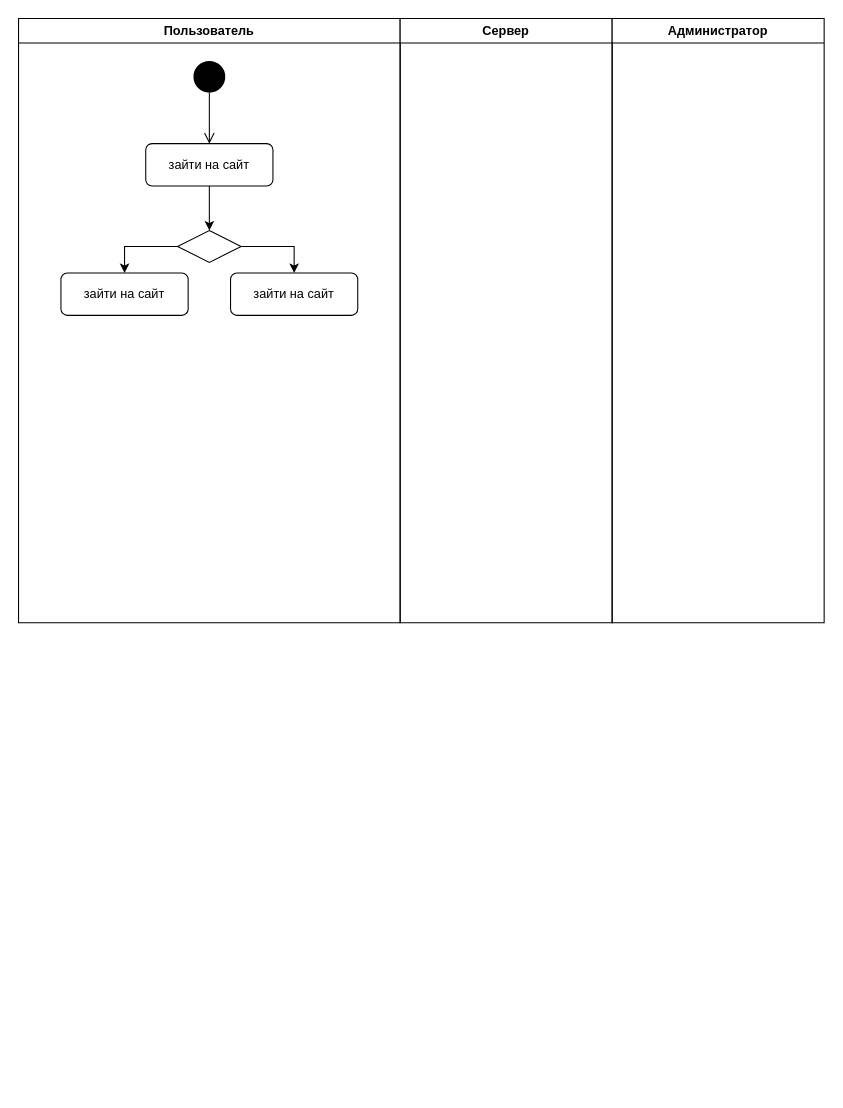
Before: activity.drawio in randomunrandom/MSS, a draw.io diagram. Source tidied: cells renumbered, new cells numbered last; positions are measured from the earlier drawing's top-left corner, leaving out a move shared by most shapes. Both pictures are drawn from the tidied source at 106%, with x=0, y=0 at pixel (18, 18).
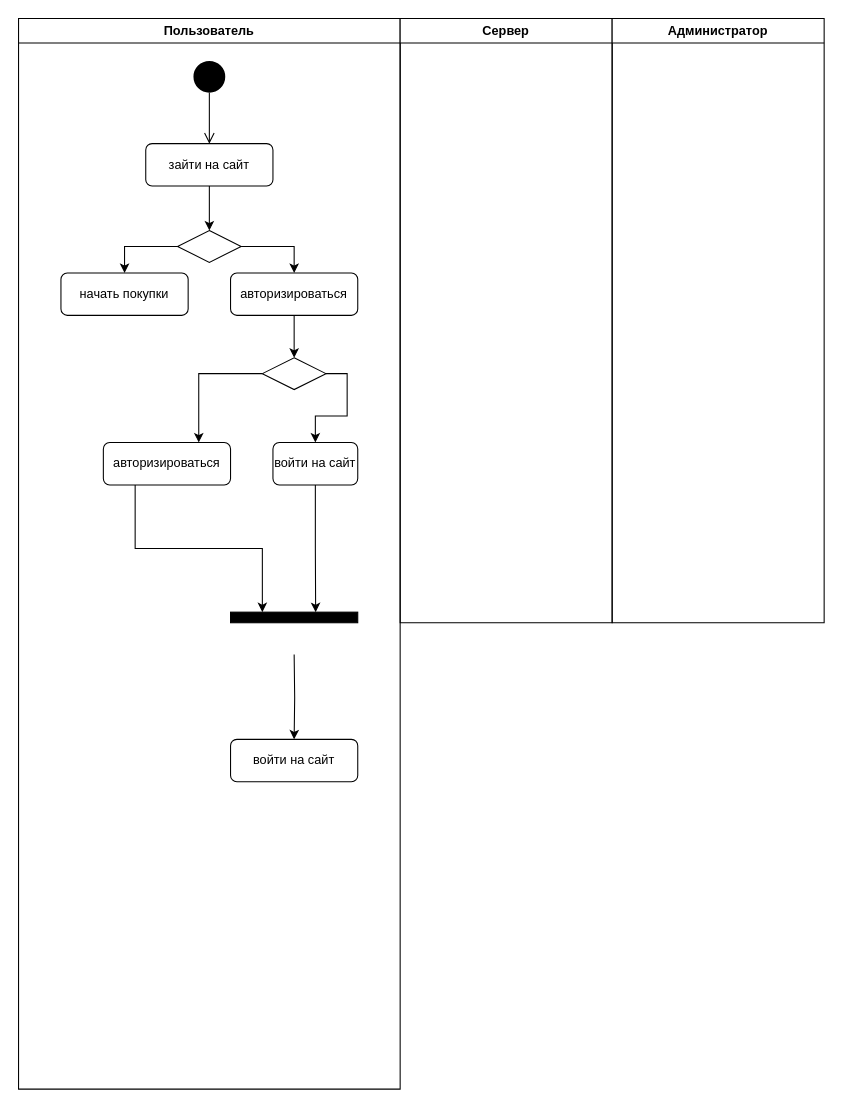
After the change.

The edit, as a diff of the source:
```diff
@@
     <mxCell id="2" value="Пользователь" style="swimlane;whiteSpace=wrap;" parent="1" vertex="1">
-      <mxGeometry width="360" height="570" as="geometry" />
+      <mxGeometry width="360" height="1010" as="geometry" />
     </mxCell>
@@
+    <mxCell id="14" style="edgeStyle=orthogonalEdgeStyle;rounded=0;jettySize=auto;html=1;strokeColor=#000000;exitX=0.5;exitY=1;exitDx=0;exitDy=0;entryX=0.5;entryY=0;entryDx=0;entryDy=0;" parent="2" edge="1" source="10" target="24">
+      <mxGeometry relative="1" as="geometry" />
+    </mxCell>
-    <mxCell id="10" value="зайти на сайт" style="rounded=1;whiteSpace=wrap;html=1;fontFamily=Helvetica;fontSize=12;fontColor=#000000;align=center;strokeColor=#000000;fillColor=#ffffff;" parent="2" vertex="1">
+    <mxCell id="10" value="авторизироваться" style="rounded=1;whiteSpace=wrap;html=1;fontFamily=Helvetica;fontSize=12;fontColor=#000000;align=center;strokeColor=#000000;fillColor=#ffffff;" parent="2" vertex="1">
       <mxGeometry x="200" y="240" width="120" height="40" as="geometry" />
     </mxCell>
+    <mxCell id="15" style="edgeStyle=orthogonalEdgeStyle;rounded=0;jettySize=auto;html=1;exitX=0.25;exitY=1;exitDx=0;exitDy=0;entryX=0;entryY=0.75;entryDx=0;entryDy=0;entryPerimeter=0;strokeColor=#000000;" parent="2" edge="1" source="16" target="21">
+      <mxGeometry relative="1" as="geometry" />
+    </mxCell>
+    <mxCell id="16" value="авторизироваться" style="rounded=1;whiteSpace=wrap;html=1;fontFamily=Helvetica;fontSize=12;fontColor=#000000;align=center;strokeColor=#000000;fillColor=#ffffff;" parent="2" vertex="1">
+      <mxGeometry x="80" y="400" width="120" height="40" as="geometry" />
+    </mxCell>
+    <mxCell id="17" style="edgeStyle=orthogonalEdgeStyle;rounded=0;jettySize=auto;html=1;exitX=0.5;exitY=1;exitDx=0;exitDy=0;entryX=0;entryY=0.331;entryDx=0;entryDy=0;entryPerimeter=0;strokeColor=#000000;" parent="2" edge="1" source="18" target="21">
+      <mxGeometry relative="1" as="geometry" />
+    </mxCell>
+    <mxCell id="18" value="войти на сайт" style="rounded=1;whiteSpace=wrap;html=1;fontFamily=Helvetica;fontSize=12;fontColor=#000000;align=center;strokeColor=#000000;fillColor=#ffffff;" parent="2" vertex="1">
+      <mxGeometry x="240" y="400" width="80" height="40" as="geometry" />
+    </mxCell>
+    <mxCell id="19" style="edgeStyle=orthogonalEdgeStyle;rounded=0;jettySize=auto;html=1;strokeColor=#000000;" parent="2" edge="1" target="20">
+      <mxGeometry relative="1" as="geometry">
+        <mxPoint x="260" y="600" as="sourcePoint" />
+      </mxGeometry>
+    </mxCell>
+    <mxCell id="20" value="войти на сайт" style="rounded=1;whiteSpace=wrap;html=1;fontFamily=Helvetica;fontSize=12;fontColor=#000000;align=center;strokeColor=#000000;fillColor=#ffffff;" parent="2" vertex="1">
+      <mxGeometry x="200" y="680" width="120" height="40" as="geometry" />
+    </mxCell>
-    <mxCell id="11" value="зайти на сайт" style="rounded=1;whiteSpace=wrap;html=1;fontFamily=Helvetica;fontSize=12;fontColor=#000000;align=center;strokeColor=#000000;fillColor=#ffffff;" parent="2" vertex="1">
+    <mxCell id="11" value="начать покупки" style="rounded=1;whiteSpace=wrap;html=1;fontFamily=Helvetica;fontSize=12;fontColor=#000000;align=center;strokeColor=#000000;fillColor=#ffffff;" parent="2" vertex="1">
       <mxGeometry x="40" y="240" width="120" height="40" as="geometry" />
     </mxCell>
+    <mxCell id="21" style="html=1;points=[];perimeter=orthogonalPerimeter;strokeColor=#000000;strokeWidth=1;fillColor=#000000;rotation=90;" parent="2" vertex="1">
+      <mxGeometry x="255" y="505" width="10" height="120" as="geometry" />
+    </mxCell>
+    <mxCell id="22" style="edgeStyle=orthogonalEdgeStyle;rounded=0;jettySize=auto;html=1;exitX=1;exitY=0.5;exitDx=0;exitDy=0;entryX=0.5;entryY=0;entryDx=0;entryDy=0;strokeColor=#000000;" parent="2" edge="1" source="24" target="18">
+      <mxGeometry relative="1" as="geometry" />
+    </mxCell>
+    <mxCell id="23" style="edgeStyle=orthogonalEdgeStyle;rounded=0;jettySize=auto;html=1;exitX=0;exitY=0.5;exitDx=0;exitDy=0;entryX=0.75;entryY=0;entryDx=0;entryDy=0;strokeColor=#000000;" parent="2" edge="1" source="24" target="16">
+      <mxGeometry relative="1" as="geometry">
+        <Array as="points">
+          <mxPoint x="170" y="335" />
+        </Array>
+      </mxGeometry>
+    </mxCell>
+    <mxCell id="24" style="rhombus;whiteSpace=wrap;html=1;strokeColor=#000000;strokeWidth=1;fillColor=#FFFFFF;" parent="2" vertex="1">
+      <mxGeometry x="230" y="320" width="60" height="30" as="geometry" />
+    </mxCell>
```
